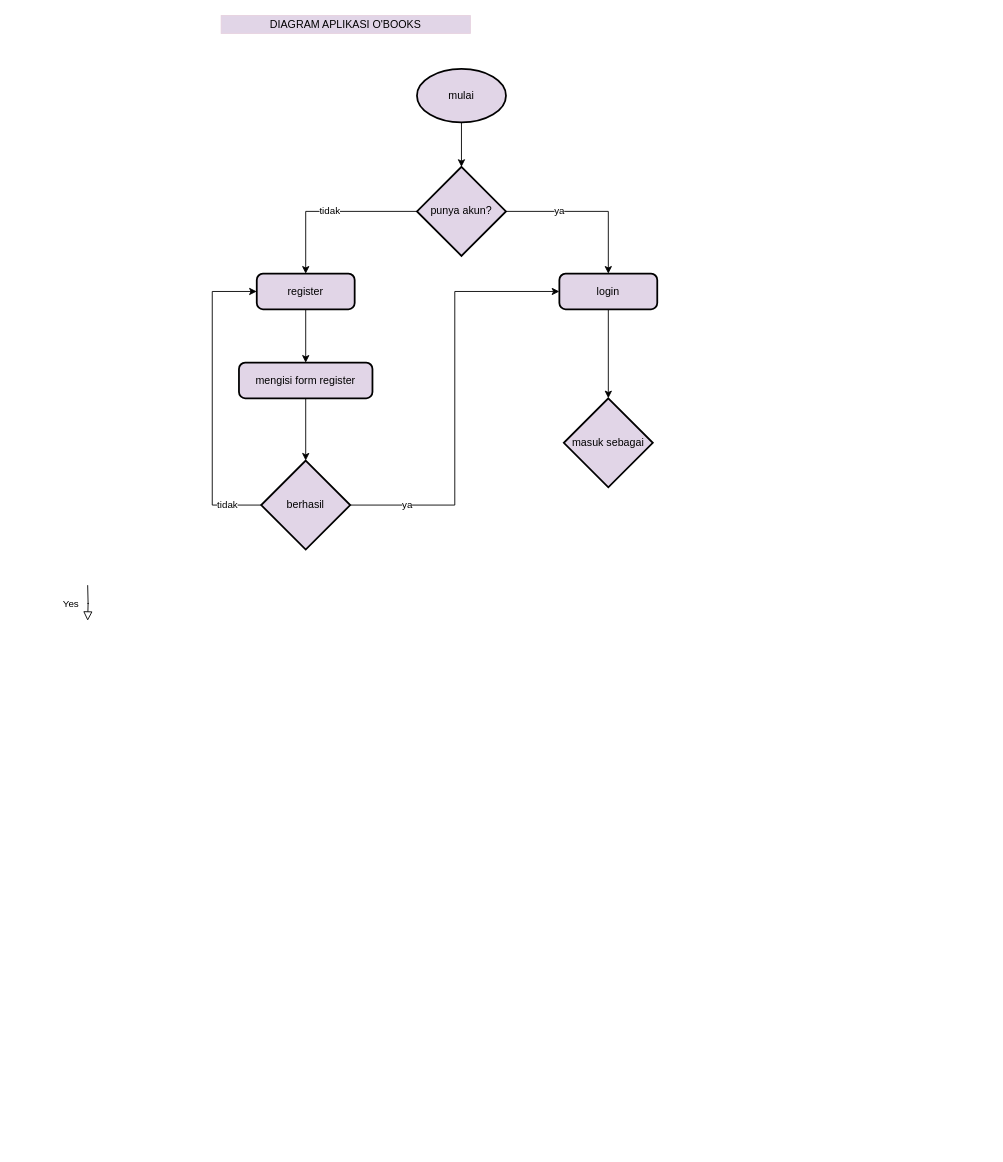
This is Untitled Diagram.drawio from inanur-ast/bismillah, a draw.io file, before an edit. Source tidied: cells renumbered, new cells numbered last; positions are measured from the earlier drawing's top-left corner, leaving out a move shared by most shapes. Both pictures are drawn from the tidied source at 89%, with x=0, y=0 at pixel (87, 15).
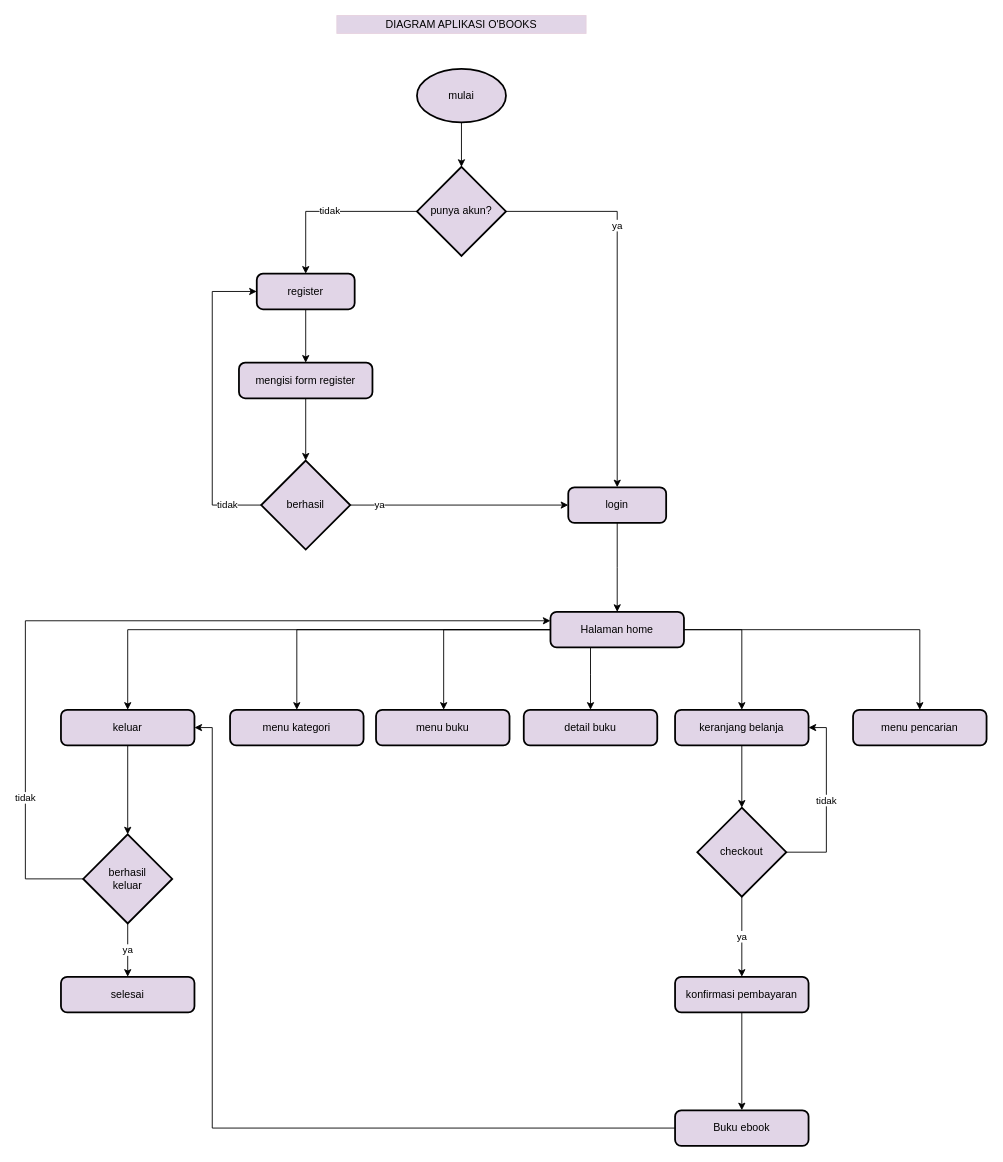
After the change.

Diff of the diagram source:
```diff
@@
-    <mxCell id="2" value="Yes" style="rounded=0;html=1;jettySize=auto;orthogonalLoop=1;fontSize=11;endArrow=block;endFill=0;endSize=8;strokeWidth=1;shadow=0;labelBackgroundColor=none;edgeStyle=orthogonalEdgeStyle;" parent="1" edge="1">
-      <mxGeometry y="20" relative="1" as="geometry">
-        <mxPoint y="640" as="sourcePoint" />
-        <mxPoint y="680" as="targetPoint" />
-      </mxGeometry>
-    </mxCell>
     <mxCell id="3" value="DIAGRAM APLIKASI O'BOOKS" style="text;html=1;strokeColor=#E6D0DE;fillColor=#E1D5E7;align=center;verticalAlign=middle;whiteSpace=wrap;rounded=0;" parent="1" vertex="1">
-      <mxGeometry x="150" width="280" height="20" as="geometry" />
+      <mxGeometry x="280" width="280" height="20" as="geometry" />
     </mxCell>
@@
-    <mxCell id="11" style="edgeStyle=orthogonalEdgeStyle;rounded=0;jettySize=auto;html=1;" parent="1" edge="1" source="12" target="13">
-      <mxGeometry relative="1" as="geometry" />
+    <mxCell id="11" style="edgeStyle=orthogonalEdgeStyle;rounded=0;jettySize=auto;html=1;" parent="1" edge="1" source="12">
+      <mxGeometry relative="1" as="geometry">
+        <mxPoint x="595" y="670" as="targetPoint" />
+      </mxGeometry>
     </mxCell>
     <mxCell id="12" value="login" style="rounded=1;whiteSpace=wrap;html=1;absoluteArcSize=1;arcSize=14;strokeWidth=2;fillColor=#E1D5E7;" parent="1" vertex="1">
-      <mxGeometry x="530" y="290" width="110" height="40" as="geometry" />
+      <mxGeometry x="540" y="530" width="110" height="40" as="geometry" />
     </mxCell>
-    <mxCell id="13" value="masuk sebagai" style="strokeWidth=2;html=1;shape=mxgraph.flowchart.decision;whiteSpace=wrap;fillColor=#E1D5E7;" parent="1" vertex="1">
-      <mxGeometry x="535" y="430" width="100" height="100" as="geometry" />
-    </mxCell>
@@
+    <mxCell id="19" style="edgeStyle=orthogonalEdgeStyle;rounded=0;jettySize=auto;html=1;" parent="1" edge="1" source="25" target="26">
+      <mxGeometry relative="1" as="geometry" />
+    </mxCell>
+    <mxCell id="20" style="edgeStyle=orthogonalEdgeStyle;rounded=0;jettySize=auto;html=1;" parent="1" edge="1" source="25" target="27">
+      <mxGeometry relative="1" as="geometry">
+        <Array as="points">
+          <mxPoint x="400" y="690" />
+        </Array>
+      </mxGeometry>
+    </mxCell>
+    <mxCell id="21" style="edgeStyle=orthogonalEdgeStyle;rounded=0;jettySize=auto;html=1;" parent="1" edge="1" source="25" target="31">
+      <mxGeometry relative="1" as="geometry">
+        <Array as="points">
+          <mxPoint x="565" y="740" />
+          <mxPoint x="565" y="740" />
+        </Array>
+      </mxGeometry>
+    </mxCell>
+    <mxCell id="22" style="edgeStyle=orthogonalEdgeStyle;rounded=0;jettySize=auto;html=1;" parent="1" edge="1" source="25" target="29">
+      <mxGeometry relative="1" as="geometry">
+        <Array as="points">
+          <mxPoint x="735" y="690" />
+        </Array>
+      </mxGeometry>
+    </mxCell>
+    <mxCell id="23" style="edgeStyle=orthogonalEdgeStyle;rounded=0;jettySize=auto;html=1;" parent="1" edge="1" source="25" target="30">
+      <mxGeometry relative="1" as="geometry" />
+    </mxCell>
+    <mxCell id="24" style="edgeStyle=orthogonalEdgeStyle;rounded=0;jettySize=auto;html=1;" parent="1" edge="1" source="25" target="38">
+      <mxGeometry relative="1" as="geometry" />
+    </mxCell>
+    <mxCell id="25" value="Halaman home " style="rounded=1;whiteSpace=wrap;html=1;absoluteArcSize=1;arcSize=14;strokeWidth=2;fillColor=#E1D5E7;" parent="1" vertex="1">
+      <mxGeometry x="520" y="670" width="150" height="40" as="geometry" />
+    </mxCell>
+    <mxCell id="26" value="menu kategori" style="rounded=1;whiteSpace=wrap;html=1;absoluteArcSize=1;arcSize=14;strokeWidth=2;fillColor=#E1D5E7;" parent="1" vertex="1">
+      <mxGeometry x="160" y="780" width="150" height="40" as="geometry" />
+    </mxCell>
+    <mxCell id="27" value="menu buku" style="rounded=1;whiteSpace=wrap;html=1;absoluteArcSize=1;arcSize=14;strokeWidth=2;fillColor=#E1D5E7;" parent="1" vertex="1">
+      <mxGeometry x="324" y="780" width="150" height="40" as="geometry" />
+    </mxCell>
+    <mxCell id="28" style="edgeStyle=orthogonalEdgeStyle;rounded=0;jettySize=auto;html=1;entryX=0.5;entryY=0;entryDx=0;entryDy=0;entryPerimeter=0;" parent="1" edge="1" source="29" target="34">
+      <mxGeometry relative="1" as="geometry" />
+    </mxCell>
+    <mxCell id="29" value="keranjang belanja" style="rounded=1;whiteSpace=wrap;html=1;absoluteArcSize=1;arcSize=14;strokeWidth=2;fillColor=#E1D5E7;" parent="1" vertex="1">
+      <mxGeometry x="660" y="780" width="150" height="40" as="geometry" />
+    </mxCell>
+    <mxCell id="30" value="menu pencarian" style="rounded=1;whiteSpace=wrap;html=1;absoluteArcSize=1;arcSize=14;strokeWidth=2;fillColor=#E1D5E7;" parent="1" vertex="1">
+      <mxGeometry x="860" y="780" width="150" height="40" as="geometry" />
+    </mxCell>
+    <mxCell id="31" value="detail buku" style="rounded=1;whiteSpace=wrap;html=1;absoluteArcSize=1;arcSize=14;strokeWidth=2;fillColor=#E1D5E7;" parent="1" vertex="1">
+      <mxGeometry x="490" y="780" width="150" height="40" as="geometry" />
+    </mxCell>
+    <mxCell id="32" value="tidak" style="edgeStyle=orthogonalEdgeStyle;rounded=0;jettySize=auto;html=1;entryX=1;entryY=0.5;entryDx=0;entryDy=0;" parent="1" edge="1" source="34" target="29">
+      <mxGeometry relative="1" as="geometry">
+        <Array as="points">
+          <mxPoint x="830" y="940" />
+          <mxPoint x="830" y="800" />
+        </Array>
+      </mxGeometry>
+    </mxCell>
+    <mxCell id="33" value="ya" style="edgeStyle=orthogonalEdgeStyle;rounded=0;jettySize=auto;html=1;entryX=0.5;entryY=0;entryDx=0;entryDy=0;" parent="1" edge="1" source="34" target="36">
+      <mxGeometry relative="1" as="geometry" />
+    </mxCell>
+    <mxCell id="34" value="checkout" style="strokeWidth=2;html=1;shape=mxgraph.flowchart.decision;whiteSpace=wrap;fillColor=#E1D5E7;" parent="1" vertex="1">
+      <mxGeometry x="685" y="890" width="100" height="100" as="geometry" />
+    </mxCell>
+    <mxCell id="35" style="edgeStyle=orthogonalEdgeStyle;rounded=0;jettySize=auto;html=1;entryX=0.5;entryY=0;entryDx=0;entryDy=0;" parent="1" edge="1" source="36" target="44">
+      <mxGeometry relative="1" as="geometry" />
+    </mxCell>
+    <mxCell id="36" value="konfirmasi pembayaran" style="rounded=1;whiteSpace=wrap;html=1;absoluteArcSize=1;arcSize=14;strokeWidth=2;fillColor=#E1D5E7;" parent="1" vertex="1">
+      <mxGeometry x="660" y="1080" width="150" height="40" as="geometry" />
+    </mxCell>
+    <mxCell id="37" style="edgeStyle=orthogonalEdgeStyle;rounded=0;jettySize=auto;html=1;" parent="1" edge="1" source="38" target="41">
+      <mxGeometry relative="1" as="geometry" />
+    </mxCell>
+    <mxCell id="38" value="keluar" style="rounded=1;whiteSpace=wrap;html=1;absoluteArcSize=1;arcSize=14;strokeWidth=2;fillColor=#E1D5E7;" parent="1" vertex="1">
+      <mxGeometry x="-30" y="780" width="150" height="40" as="geometry" />
+    </mxCell>
+    <mxCell id="39" value="ya" style="edgeStyle=orthogonalEdgeStyle;rounded=0;jettySize=auto;html=1;entryX=0.5;entryY=0;entryDx=0;entryDy=0;" parent="1" edge="1" source="41" target="42">
+      <mxGeometry relative="1" as="geometry" />
+    </mxCell>
+    <mxCell id="40" value="tidak" style="edgeStyle=orthogonalEdgeStyle;rounded=0;jettySize=auto;html=1;" parent="1" edge="1" source="41" target="25">
+      <mxGeometry x="-0.67" relative="1" as="geometry">
+        <Array as="points">
+          <mxPoint x="-70" y="970" />
+          <mxPoint x="-70" y="680" />
+        </Array>
+      </mxGeometry>
+    </mxCell>
+    <mxCell id="41" value="&lt;div&gt;berhasil &lt;br&gt;&lt;/div&gt;&lt;div&gt;keluar&lt;/div&gt;" style="strokeWidth=2;html=1;shape=mxgraph.flowchart.decision;whiteSpace=wrap;fillColor=#E1D5E7;" parent="1" vertex="1">
+      <mxGeometry x="-5" y="920" width="100" height="100" as="geometry" />
+    </mxCell>
+    <mxCell id="42" value="selesai" style="rounded=1;whiteSpace=wrap;html=1;absoluteArcSize=1;arcSize=14;strokeWidth=2;fillColor=#E1D5E7;" parent="1" vertex="1">
+      <mxGeometry x="-30" y="1080" width="150" height="40" as="geometry" />
+    </mxCell>
+    <mxCell id="43" style="edgeStyle=orthogonalEdgeStyle;rounded=0;jettySize=auto;html=1;" parent="1" edge="1" source="44" target="38">
+      <mxGeometry relative="1" as="geometry">
+        <Array as="points">
+          <mxPoint x="140" y="1250" />
+          <mxPoint x="140" y="800" />
+        </Array>
+      </mxGeometry>
+    </mxCell>
+    <mxCell id="44" value="Buku ebook" style="rounded=1;whiteSpace=wrap;html=1;absoluteArcSize=1;arcSize=14;strokeWidth=2;fillColor=#E1D5E7;" parent="1" vertex="1">
+      <mxGeometry x="660" y="1230" width="150" height="40" as="geometry" />
+    </mxCell>
```
